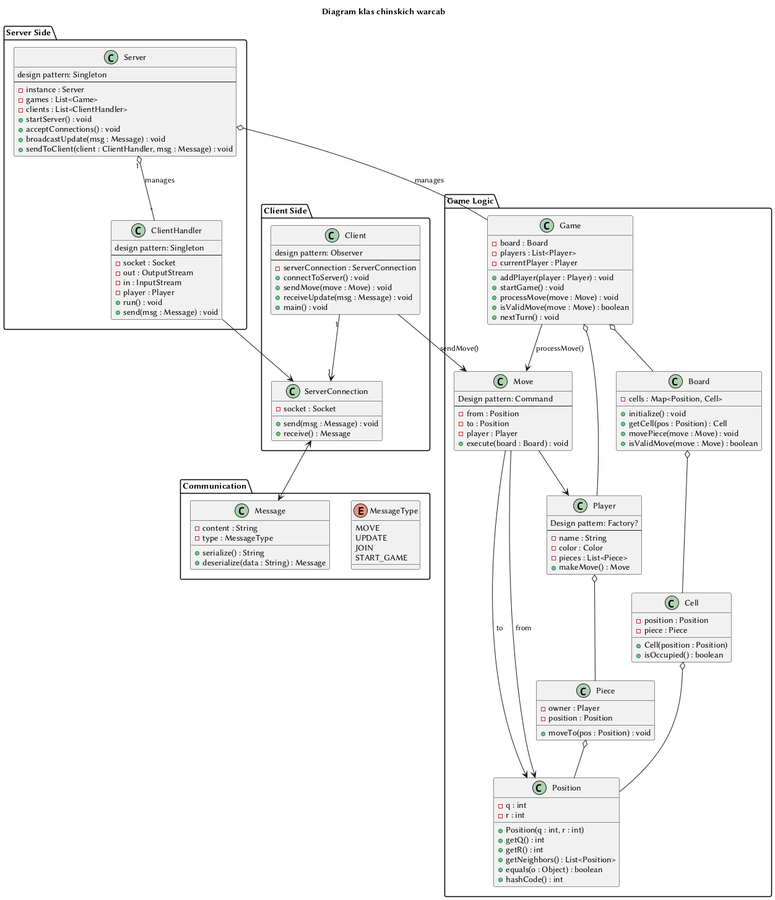
The PlantUML diagram diagrams/diagramKlas.png in niooch/chinskieWarcaby, before a commit.
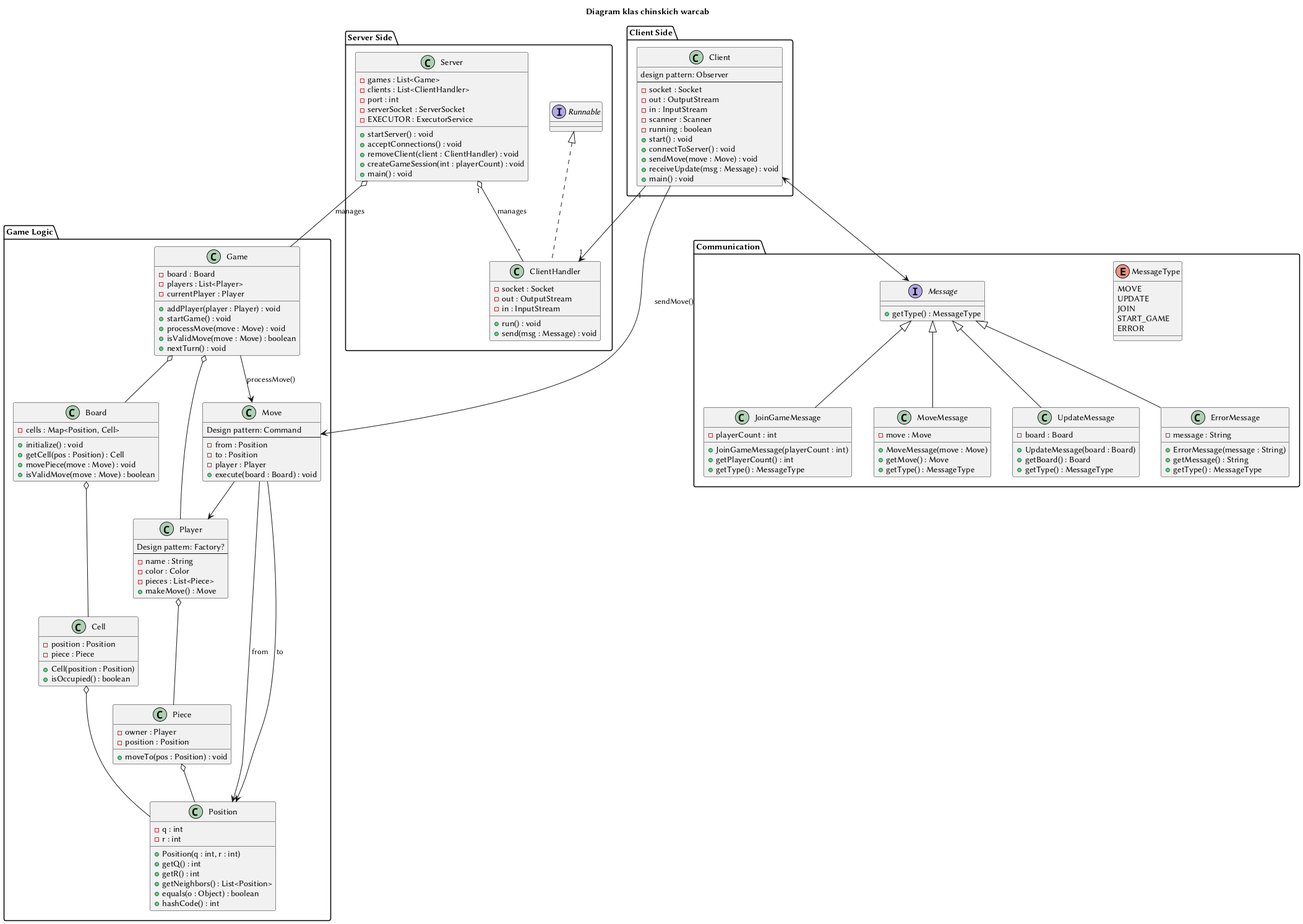
The same file after the commit.

Change to the diagram source:
```diff
@@ -4,24 +4,22 @@
 
 package "Server Side" {
     class Server {
-        design pattern: Singleton
-        --
-        - instance : Server
         - games : List<Game>
         - clients : List<ClientHandler>
+        - port : int
+        - serverSocket : ServerSocket
+        - EXECUTOR : ExecutorService
         + startServer() : void
         + acceptConnections() : void
-        + broadcastUpdate(msg : Message) : void
-        + sendToClient(client : ClientHandler, msg : Message) : void
+        + removeClient(client : ClientHandler) : void
+        + createGameSession(int : playerCount) : void
+        + main() : void
     }
 
-    class ClientHandler {
-        design pattern: Singleton
-        --
+    class ClientHandler implements Runnable {
         - socket : Socket
         - out : OutputStream
         - in : InputStream
-        - player : Player
         + run() : void
         + send(msg : Message) : void
     }
@@ -31,18 +29,18 @@
     class Client {
         design pattern: Observer
         --
-        - serverConnection : ServerConnection
+        - socket : Socket
+        - out : OutputStream
+        - in : InputStream
+        - scanner : Scanner
+        - running : boolean
+        + start() : void
         + connectToServer() : void
         + sendMove(move : Move) : void
         + receiveUpdate(msg : Message) : void
         + main() : void
     }
 
-    class ServerConnection {
-        - socket : Socket
-        + send(msg : Message) : void
-        + receive() : Message
-    }
 }
 
 package "Game Logic" {
@@ -106,11 +104,8 @@
 }
 
 package "Communication" {
-    class Message {
-        - content : String
-        - type : MessageType
-        + serialize() : String
-        + deserialize(data : String) : Message
+    interface Message {
+        + getType() : MessageType
     }
 
     enum MessageType {
@@ -118,15 +113,43 @@
         UPDATE
         JOIN
         START_GAME
+        ERROR
+    }
+
+    class JoinGameMessage {
+        - playerCount : int
+        + JoinGameMessage(playerCount : int)
+        + getPlayerCount() : int
+        + getType() : MessageType
+    }
+
+    class MoveMessage {
+        - move : Move
+        + MoveMessage(move : Move)
+        + getMove() : Move
+        + getType() : MessageType
+    }
+
+    class UpdateMessage {
+        - board : Board
+        + UpdateMessage(board : Board)
+        + getBoard() : Board
+        + getType() : MessageType
+    }
+
+    class ErrorMessage {
+        - message : String
+        + ErrorMessage(message : String)
+        + getMessage() : String
+        + getType() : MessageType
     }
 }
 
 Server "1" o-- "*" ClientHandler : manages
-ClientHandler --> ServerConnection
 
-Client "1" --> "1" ServerConnection
+Client "1" --> "1" ClientHandler
 
-ServerConnection <--> Message
+Client <--> Message
 
 Server o-- Game : manages
 Game o-- Board
@@ -142,4 +165,10 @@
 Client --> Move : sendMove()
 Game --> Move : processMove()
 
+Message <|-- JoinGameMessage
+Message <|-- MoveMessage
+Message <|-- UpdateMessage
+Message <|-- ErrorMessage
+
+
 @enduml
```
